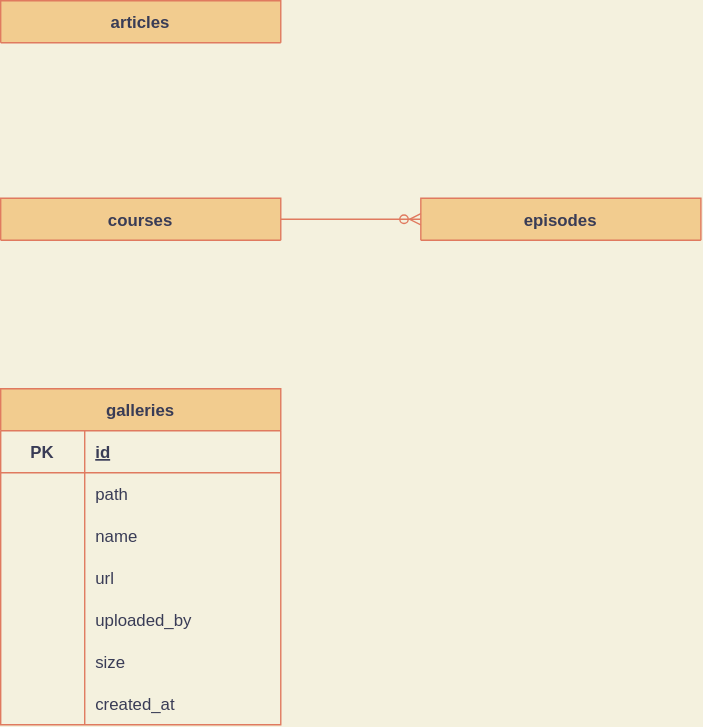
The draw.io diagram docs/db.svg in meshjak/edu-store, before a commit. Source tidied: cells renumbered, new cells last; positions are measured from the earlier drawing's top-left corner, leaving out a move shared by most shapes.
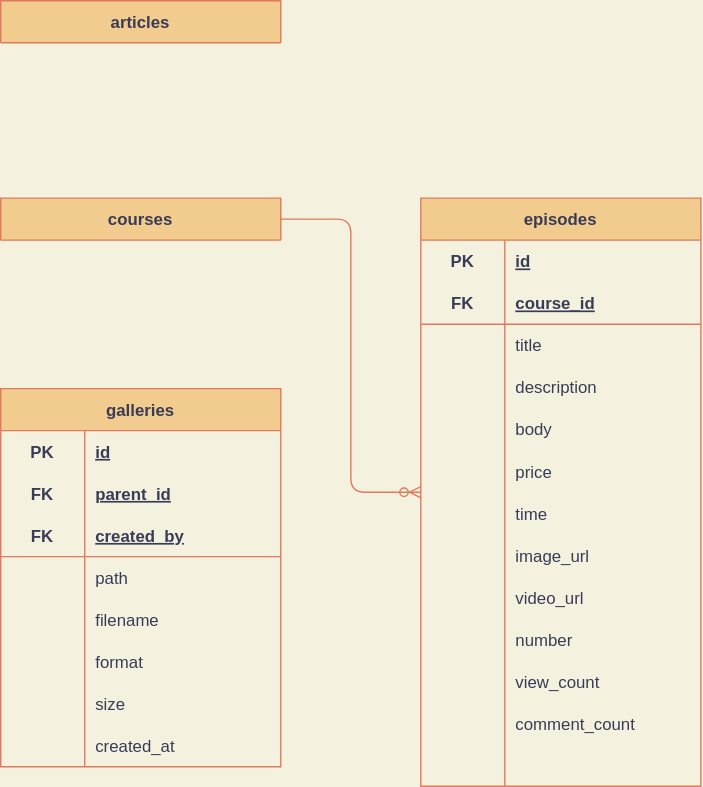
Above is the later version.

Commit message:
docs: add gallery table

The edit, as a diff of the source:
```diff
@@ -5,9 +5,117 @@
     <mxCell id="2" value="articles" style="shape=table;startSize=30;rowLines=0;fontStyle=1;align=center;labelBackgroundColor=none;fillColor=#F2CC8F;strokeColor=#E07A5F;fontColor=#393C56;" parent="1" vertex="1" collapsed="1">
       <mxGeometry width="200" height="30" as="geometry" />
     </mxCell>
-    <mxCell id="3" value="episodes" style="shape=table;startSize=30;rowLines=0;fontStyle=1;align=center;labelBackgroundColor=none;fillColor=#F2CC8F;strokeColor=#E07A5F;fontColor=#393C56;" parent="1" vertex="1" collapsed="1">
-      <mxGeometry x="300" y="141" width="200" height="30" as="geometry" />
+    <mxCell id="3" value="episodes" style="shape=table;startSize=30;rowLines=0;fontStyle=1;align=center;labelBackgroundColor=none;fillColor=#F2CC8F;strokeColor=#E07A5F;fontColor=#393C56;" parent="1" vertex="1">
+      <mxGeometry x="300" y="141" width="200" height="420" as="geometry" />
     </mxCell>
+    <mxCell id="28" style="shape=partialRectangle;fillColor=none;top=0;left=0;bottom=0;right=0;strokeColor=#E07A5F;fontColor=#393C56;" parent="3" vertex="1">
+      <mxGeometry y="30" width="200" height="30" as="geometry" />
+    </mxCell>
+    <mxCell id="29" value="PK" style="shape=partialRectangle;fillColor=none;top=0;left=0;bottom=0;right=0;fontStyle=1;overflow=hidden;strokeColor=#E07A5F;fontColor=#393C56;" parent="28" vertex="1">
+      <mxGeometry width="60" height="30" as="geometry" />
+    </mxCell>
+    <mxCell id="30" value="id" style="shape=partialRectangle;fillColor=none;top=0;left=0;bottom=0;right=0;align=left;spacingLeft=6;fontStyle=5;overflow=hidden;strokeColor=#E07A5F;fontColor=#393C56;" parent="28" vertex="1">
+      <mxGeometry x="60" width="140" height="30" as="geometry" />
+    </mxCell>
+    <mxCell id="31" style="shape=partialRectangle;fillColor=none;top=0;left=0;bottom=1;right=0;strokeColor=#E07A5F;fontColor=#393C56;" parent="3" vertex="1">
+      <mxGeometry y="60" width="200" height="30" as="geometry" />
+    </mxCell>
+    <mxCell id="32" value="FK" style="shape=partialRectangle;fillColor=none;top=0;left=0;bottom=0;right=0;fontStyle=1;overflow=hidden;strokeColor=#E07A5F;fontColor=#393C56;" parent="31" vertex="1">
+      <mxGeometry width="60" height="30" as="geometry" />
+    </mxCell>
+    <mxCell id="33" value="course_id" style="shape=partialRectangle;fillColor=none;top=0;left=0;bottom=0;right=0;align=left;spacingLeft=6;fontStyle=5;overflow=hidden;strokeColor=#E07A5F;fontColor=#393C56;" parent="31" vertex="1">
+      <mxGeometry x="60" width="140" height="30" as="geometry" />
+    </mxCell>
+    <mxCell id="34" style="shape=partialRectangle;fillColor=none;top=0;left=0;bottom=0;right=0;strokeColor=#E07A5F;fontColor=#393C56;" parent="3" vertex="1">
+      <mxGeometry y="90" width="200" height="30" as="geometry" />
+    </mxCell>
+    <mxCell id="35" style="shape=partialRectangle;fillColor=none;top=0;left=0;bottom=0;right=0;overflow=hidden;strokeColor=#E07A5F;fontColor=#393C56;" parent="34" vertex="1">
+      <mxGeometry width="60" height="30" as="geometry" />
+    </mxCell>
+    <mxCell id="36" value="title" style="shape=partialRectangle;fillColor=none;top=0;left=0;bottom=0;right=0;align=left;spacingLeft=6;overflow=hidden;strokeColor=#E07A5F;fontColor=#393C56;" parent="34" vertex="1">
+      <mxGeometry x="60" width="140" height="30" as="geometry" />
+    </mxCell>
+    <mxCell id="37" style="shape=partialRectangle;fillColor=none;top=0;left=0;bottom=0;right=0;strokeColor=#E07A5F;fontColor=#393C56;" parent="3" vertex="1">
+      <mxGeometry y="120" width="200" height="30" as="geometry" />
+    </mxCell>
+    <mxCell id="38" style="shape=partialRectangle;fillColor=none;top=0;left=0;bottom=0;right=0;overflow=hidden;strokeColor=#E07A5F;fontColor=#393C56;" parent="37" vertex="1">
+      <mxGeometry width="60" height="30" as="geometry" />
+    </mxCell>
+    <mxCell id="39" value="description" style="shape=partialRectangle;fillColor=none;top=0;left=0;bottom=0;right=0;align=left;spacingLeft=6;overflow=hidden;strokeColor=#E07A5F;fontColor=#393C56;" parent="37" vertex="1">
+      <mxGeometry x="60" width="140" height="30" as="geometry" />
+    </mxCell>
+    <mxCell id="40" style="shape=partialRectangle;fillColor=none;top=0;left=0;bottom=0;right=0;strokeColor=#E07A5F;fontColor=#393C56;" parent="3" vertex="1">
+      <mxGeometry y="150" width="200" height="30" as="geometry" />
+    </mxCell>
+    <mxCell id="41" style="shape=partialRectangle;fillColor=none;top=0;left=0;bottom=0;right=0;overflow=hidden;strokeColor=#E07A5F;fontColor=#393C56;" parent="40" vertex="1">
+      <mxGeometry width="60" height="30" as="geometry" />
+    </mxCell>
+    <mxCell id="42" value="body" style="shape=partialRectangle;fillColor=none;top=0;left=0;bottom=0;right=0;align=left;spacingLeft=6;overflow=hidden;strokeColor=#E07A5F;fontColor=#393C56;" parent="40" vertex="1">
+      <mxGeometry x="60" width="140" height="30" as="geometry" />
+    </mxCell>
+    <mxCell id="22" style="shape=partialRectangle;fillColor=none;top=0;left=0;bottom=0;right=0;strokeColor=#E07A5F;fontColor=#393C56;" parent="3" vertex="1">
+      <mxGeometry y="180" width="200" height="30" as="geometry" />
+    </mxCell>
+    <mxCell id="43" style="shape=partialRectangle;fillColor=none;top=0;left=0;bottom=0;right=0;overflow=hidden;strokeColor=#E07A5F;fontColor=#393C56;" parent="22" vertex="1">
+      <mxGeometry width="60" height="30" as="geometry" />
+    </mxCell>
+    <mxCell id="44" value="price" style="shape=partialRectangle;fillColor=none;top=0;left=0;bottom=0;right=0;align=left;spacingLeft=6;overflow=hidden;strokeColor=#E07A5F;fontColor=#393C56;" parent="22" vertex="1">
+      <mxGeometry x="60" width="140" height="30" as="geometry" />
+    </mxCell>
+    <mxCell id="45" style="shape=partialRectangle;fillColor=none;top=0;left=0;bottom=0;right=0;strokeColor=#E07A5F;fontColor=#393C56;" parent="3" vertex="1">
+      <mxGeometry y="210" width="200" height="30" as="geometry" />
+    </mxCell>
+    <mxCell id="46" style="shape=partialRectangle;fillColor=none;top=0;left=0;bottom=0;right=0;overflow=hidden;strokeColor=#E07A5F;fontColor=#393C56;" parent="45" vertex="1">
+      <mxGeometry width="60" height="30" as="geometry" />
+    </mxCell>
+    <mxCell id="47" value="time" style="shape=partialRectangle;fillColor=none;top=0;left=0;bottom=0;right=0;align=left;spacingLeft=6;overflow=hidden;strokeColor=#E07A5F;fontColor=#393C56;" parent="45" vertex="1">
+      <mxGeometry x="60" width="140" height="30" as="geometry" />
+    </mxCell>
+    <mxCell id="48" style="shape=partialRectangle;fillColor=none;top=0;left=0;bottom=0;right=0;strokeColor=#E07A5F;fontColor=#393C56;" parent="3" vertex="1">
+      <mxGeometry y="240" width="200" height="30" as="geometry" />
+    </mxCell>
+    <mxCell id="49" style="shape=partialRectangle;fillColor=none;top=0;left=0;bottom=0;right=0;overflow=hidden;strokeColor=#E07A5F;fontColor=#393C56;" parent="48" vertex="1">
+      <mxGeometry width="60" height="30" as="geometry" />
+    </mxCell>
+    <mxCell id="50" value="image_url" style="shape=partialRectangle;fillColor=none;top=0;left=0;bottom=0;right=0;align=left;spacingLeft=6;overflow=hidden;strokeColor=#E07A5F;fontColor=#393C56;" parent="48" vertex="1">
+      <mxGeometry x="60" width="140" height="30" as="geometry" />
+    </mxCell>
+    <mxCell id="51" style="shape=partialRectangle;fillColor=none;top=0;left=0;bottom=0;right=0;strokeColor=#E07A5F;fontColor=#393C56;" parent="3" vertex="1">
+      <mxGeometry y="270" width="200" height="30" as="geometry" />
+    </mxCell>
+    <mxCell id="52" style="shape=partialRectangle;fillColor=none;top=0;left=0;bottom=0;right=0;overflow=hidden;strokeColor=#E07A5F;fontColor=#393C56;" parent="51" vertex="1">
+      <mxGeometry width="60" height="30" as="geometry" />
+    </mxCell>
+    <mxCell id="53" value="video_url" style="shape=partialRectangle;fillColor=none;top=0;left=0;bottom=0;right=0;align=left;spacingLeft=6;overflow=hidden;strokeColor=#E07A5F;fontColor=#393C56;" parent="51" vertex="1">
+      <mxGeometry x="60" width="140" height="30" as="geometry" />
+    </mxCell>
+    <mxCell id="54" style="shape=partialRectangle;fillColor=none;top=0;left=0;bottom=0;right=0;strokeColor=#E07A5F;fontColor=#393C56;" parent="3" vertex="1">
+      <mxGeometry y="300" width="200" height="30" as="geometry" />
+    </mxCell>
+    <mxCell id="55" style="shape=partialRectangle;fillColor=none;top=0;left=0;bottom=0;right=0;overflow=hidden;strokeColor=#E07A5F;fontColor=#393C56;" parent="54" vertex="1">
+      <mxGeometry width="60" height="30" as="geometry" />
+    </mxCell>
+    <mxCell id="56" value="number" style="shape=partialRectangle;fillColor=none;top=0;left=0;bottom=0;right=0;align=left;spacingLeft=6;overflow=hidden;strokeColor=#E07A5F;fontColor=#393C56;" parent="54" vertex="1">
+      <mxGeometry x="60" width="140" height="30" as="geometry" />
+    </mxCell>
+    <mxCell id="57" style="shape=partialRectangle;fillColor=none;top=0;left=0;bottom=0;right=0;strokeColor=#E07A5F;fontColor=#393C56;" parent="3" vertex="1">
+      <mxGeometry y="330" width="200" height="30" as="geometry" />
+    </mxCell>
+    <mxCell id="58" style="shape=partialRectangle;fillColor=none;top=0;left=0;bottom=0;right=0;overflow=hidden;strokeColor=#E07A5F;fontColor=#393C56;" parent="57" vertex="1">
+      <mxGeometry width="60" height="30" as="geometry" />
+    </mxCell>
+    <mxCell id="59" value="view_count" style="shape=partialRectangle;fillColor=none;top=0;left=0;bottom=0;right=0;align=left;spacingLeft=6;overflow=hidden;strokeColor=#E07A5F;fontColor=#393C56;" parent="57" vertex="1">
+      <mxGeometry x="60" width="140" height="30" as="geometry" />
+    </mxCell>
+    <mxCell id="60" style="shape=partialRectangle;fillColor=none;top=0;left=0;bottom=0;right=0;strokeColor=#E07A5F;fontColor=#393C56;" parent="3" vertex="1">
+      <mxGeometry y="360" width="200" height="30" as="geometry" />
+    </mxCell>
+    <mxCell id="61" style="shape=partialRectangle;fillColor=none;top=0;left=0;bottom=0;right=0;overflow=hidden;strokeColor=#E07A5F;fontColor=#393C56;" parent="60" vertex="1">
+      <mxGeometry width="60" height="30" as="geometry" />
+    </mxCell>
+    <mxCell id="62" value="comment_count" style="shape=partialRectangle;fillColor=none;top=0;left=0;bottom=0;right=0;align=left;spacingLeft=6;overflow=hidden;strokeColor=#E07A5F;fontColor=#393C56;" parent="60" vertex="1">
+      <mxGeometry x="60" width="140" height="30" as="geometry" />
+    </mxCell>
     <mxCell id="4" style="edgeStyle=orthogonalEdgeStyle;curved=0;rounded=1;sketch=0;jettySize=auto;html=1;exitX=1;exitY=0.5;exitDx=0;exitDy=0;entryX=0;entryY=0.5;entryDx=0;entryDy=0;fontColor=#393C56;strokeColor=#E07A5F;fillColor=#F2CC8F;endArrow=ERzeroToMany;endFill=0;" parent="1" edge="1" source="5" target="3">
       <mxGeometry relative="1" as="geometry" />
     </mxCell>
@@ -15,19 +123,37 @@
       <mxGeometry y="141" width="200" height="30" as="geometry" />
     </mxCell>
     <mxCell id="6" value="galleries" style="shape=table;startSize=30;rowLines=0;fontStyle=1;align=center;labelBackgroundColor=none;fillColor=#F2CC8F;strokeColor=#E07A5F;fontColor=#393C56;" parent="1" vertex="1">
-      <mxGeometry y="277" width="200" height="240" as="geometry" />
+      <mxGeometry y="277" width="200" height="270" as="geometry" />
     </mxCell>
+    <mxCell id="63" style="shape=partialRectangle;fillColor=none;top=0;left=0;bottom=0;right=0;strokeColor=#E07A5F;fontColor=#393C56;" parent="6" vertex="1">
+      <mxGeometry y="30" width="200" height="30" as="geometry" />
+    </mxCell>
+    <mxCell id="64" value="PK" style="shape=partialRectangle;fillColor=none;top=0;left=0;bottom=0;right=0;fontStyle=1;overflow=hidden;strokeColor=#E07A5F;fontColor=#393C56;" parent="63" vertex="1">
+      <mxGeometry width="60" height="30" as="geometry" />
+    </mxCell>
+    <mxCell id="65" value="id" style="shape=partialRectangle;fillColor=none;top=0;left=0;bottom=0;right=0;align=left;spacingLeft=6;fontStyle=5;overflow=hidden;strokeColor=#E07A5F;fontColor=#393C56;" parent="63" vertex="1">
+      <mxGeometry x="60" width="140" height="30" as="geometry" />
+    </mxCell>
+    <mxCell id="66" style="shape=partialRectangle;fillColor=none;top=0;left=0;bottom=0;right=0;strokeColor=#E07A5F;fontColor=#393C56;" parent="6" vertex="1">
+      <mxGeometry y="60" width="200" height="30" as="geometry" />
+    </mxCell>
+    <mxCell id="67" value="FK" style="shape=partialRectangle;fillColor=none;top=0;left=0;bottom=0;right=0;fontStyle=1;overflow=hidden;strokeColor=#E07A5F;fontColor=#393C56;" parent="66" vertex="1">
+      <mxGeometry width="60" height="30" as="geometry" />
+    </mxCell>
+    <mxCell id="68" value="parent_id" style="shape=partialRectangle;fillColor=none;top=0;left=0;bottom=0;right=0;align=left;spacingLeft=6;fontStyle=5;overflow=hidden;strokeColor=#E07A5F;fontColor=#393C56;" parent="66" vertex="1">
+      <mxGeometry x="60" width="140" height="30" as="geometry" />
+    </mxCell>
     <mxCell id="7" style="shape=partialRectangle;fillColor=none;top=0;left=0;bottom=1;right=0;strokeColor=#E07A5F;fontColor=#393C56;" parent="6" vertex="1">
-      <mxGeometry y="30" width="200" height="30" as="geometry" />
+      <mxGeometry y="90" width="200" height="30" as="geometry" />
     </mxCell>
-    <mxCell id="8" value="PK" style="shape=partialRectangle;fillColor=none;top=0;left=0;bottom=0;right=0;fontStyle=1;overflow=hidden;strokeColor=#E07A5F;fontColor=#393C56;" parent="7" vertex="1">
+    <mxCell id="8" value="FK" style="shape=partialRectangle;fillColor=none;top=0;left=0;bottom=0;right=0;fontStyle=1;overflow=hidden;strokeColor=#E07A5F;fontColor=#393C56;" parent="7" vertex="1">
       <mxGeometry width="60" height="30" as="geometry" />
     </mxCell>
-    <mxCell id="9" value="id" style="shape=partialRectangle;fillColor=none;top=0;left=0;bottom=0;right=0;align=left;spacingLeft=6;fontStyle=5;overflow=hidden;strokeColor=#E07A5F;fontColor=#393C56;" parent="7" vertex="1">
+    <mxCell id="9" value="created_by" style="shape=partialRectangle;fillColor=none;top=0;left=0;bottom=0;right=0;align=left;spacingLeft=6;fontStyle=5;overflow=hidden;strokeColor=#E07A5F;fontColor=#393C56;" parent="7" vertex="1">
       <mxGeometry x="60" width="140" height="30" as="geometry" />
     </mxCell>
     <mxCell id="10" style="shape=partialRectangle;fillColor=none;top=0;left=0;bottom=0;right=0;strokeColor=#E07A5F;fontColor=#393C56;" parent="6" vertex="1">
-      <mxGeometry y="60" width="200" height="30" as="geometry" />
+      <mxGeometry y="120" width="200" height="30" as="geometry" />
     </mxCell>
     <mxCell id="11" style="shape=partialRectangle;fillColor=none;top=0;left=0;bottom=0;right=0;overflow=hidden;strokeColor=#E07A5F;fontColor=#393C56;" parent="10" vertex="1">
       <mxGeometry width="60" height="30" as="geometry" />
@@ -36,43 +162,34 @@
       <mxGeometry x="60" width="140" height="30" as="geometry" />
     </mxCell>
     <mxCell id="13" style="shape=partialRectangle;fillColor=none;top=0;left=0;bottom=0;right=0;strokeColor=#E07A5F;fontColor=#393C56;" parent="6" vertex="1">
-      <mxGeometry y="90" width="200" height="30" as="geometry" />
+      <mxGeometry y="150" width="200" height="30" as="geometry" />
     </mxCell>
     <mxCell id="14" style="shape=partialRectangle;fillColor=none;top=0;left=0;bottom=0;right=0;overflow=hidden;strokeColor=#E07A5F;fontColor=#393C56;" parent="13" vertex="1">
       <mxGeometry width="60" height="30" as="geometry" />
     </mxCell>
-    <mxCell id="15" value="name" style="shape=partialRectangle;fillColor=none;top=0;left=0;bottom=0;right=0;align=left;spacingLeft=6;overflow=hidden;strokeColor=#E07A5F;fontColor=#393C56;" parent="13" vertex="1">
+    <mxCell id="15" value="filename" style="shape=partialRectangle;fillColor=none;top=0;left=0;bottom=0;right=0;align=left;spacingLeft=6;overflow=hidden;strokeColor=#E07A5F;fontColor=#393C56;" parent="13" vertex="1">
       <mxGeometry x="60" width="140" height="30" as="geometry" />
     </mxCell>
     <mxCell id="16" style="shape=partialRectangle;fillColor=none;top=0;left=0;bottom=0;right=0;strokeColor=#E07A5F;fontColor=#393C56;" parent="6" vertex="1">
-      <mxGeometry y="120" width="200" height="30" as="geometry" />
+      <mxGeometry y="180" width="200" height="30" as="geometry" />
     </mxCell>
     <mxCell id="17" style="shape=partialRectangle;fillColor=none;top=0;left=0;bottom=0;right=0;overflow=hidden;strokeColor=#E07A5F;fontColor=#393C56;" parent="16" vertex="1">
       <mxGeometry width="60" height="30" as="geometry" />
     </mxCell>
-    <mxCell id="18" value="url" style="shape=partialRectangle;fillColor=none;top=0;left=0;bottom=0;right=0;align=left;spacingLeft=6;overflow=hidden;strokeColor=#E07A5F;fontColor=#393C56;" parent="16" vertex="1">
+    <mxCell id="18" value="format" style="shape=partialRectangle;fillColor=none;top=0;left=0;bottom=0;right=0;align=left;spacingLeft=6;overflow=hidden;strokeColor=#E07A5F;fontColor=#393C56;" parent="16" vertex="1">
       <mxGeometry x="60" width="140" height="30" as="geometry" />
     </mxCell>
     <mxCell id="19" style="shape=partialRectangle;fillColor=none;top=0;left=0;bottom=0;right=0;strokeColor=#E07A5F;fontColor=#393C56;" parent="6" vertex="1">
-      <mxGeometry y="150" width="200" height="30" as="geometry" />
+      <mxGeometry y="210" width="200" height="30" as="geometry" />
     </mxCell>
     <mxCell id="20" style="shape=partialRectangle;fillColor=none;top=0;left=0;bottom=0;right=0;overflow=hidden;strokeColor=#E07A5F;fontColor=#393C56;" parent="19" vertex="1">
       <mxGeometry width="60" height="30" as="geometry" />
     </mxCell>
-    <mxCell id="21" value="uploaded_by" style="shape=partialRectangle;fillColor=none;top=0;left=0;bottom=0;right=0;align=left;spacingLeft=6;overflow=hidden;strokeColor=#E07A5F;fontColor=#393C56;" parent="19" vertex="1">
+    <mxCell id="21" value="size" style="shape=partialRectangle;fillColor=none;top=0;left=0;bottom=0;right=0;align=left;spacingLeft=6;overflow=hidden;strokeColor=#E07A5F;fontColor=#393C56;" parent="19" vertex="1">
       <mxGeometry x="60" width="140" height="30" as="geometry" />
     </mxCell>
-    <mxCell id="22" style="shape=partialRectangle;fillColor=none;top=0;left=0;bottom=0;right=0;strokeColor=#E07A5F;fontColor=#393C56;" parent="6" vertex="1">
-      <mxGeometry y="180" width="200" height="30" as="geometry" />
-    </mxCell>
-    <mxCell id="23" style="shape=partialRectangle;fillColor=none;top=0;left=0;bottom=0;right=0;overflow=hidden;strokeColor=#E07A5F;fontColor=#393C56;" parent="22" vertex="1">
-      <mxGeometry width="60" height="30" as="geometry" />
-    </mxCell>
-    <mxCell id="24" value="size" style="shape=partialRectangle;fillColor=none;top=0;left=0;bottom=0;right=0;align=left;spacingLeft=6;overflow=hidden;strokeColor=#E07A5F;fontColor=#393C56;" parent="22" vertex="1">
-      <mxGeometry x="60" width="140" height="30" as="geometry" />
-    </mxCell>
     <mxCell id="25" style="shape=partialRectangle;fillColor=none;top=0;left=0;bottom=0;right=0;strokeColor=#E07A5F;fontColor=#393C56;" parent="6" vertex="1">
-      <mxGeometry y="210" width="200" height="30" as="geometry" />
+      <mxGeometry y="240" width="200" height="30" as="geometry" />
     </mxCell>
     <mxCell id="26" style="shape=partialRectangle;fillColor=none;top=0;left=0;bottom=0;right=0;overflow=hidden;strokeColor=#E07A5F;fontColor=#393C56;" parent="25" vertex="1">
       <mxGeometry width="60" height="30" as="geometry" />
```
